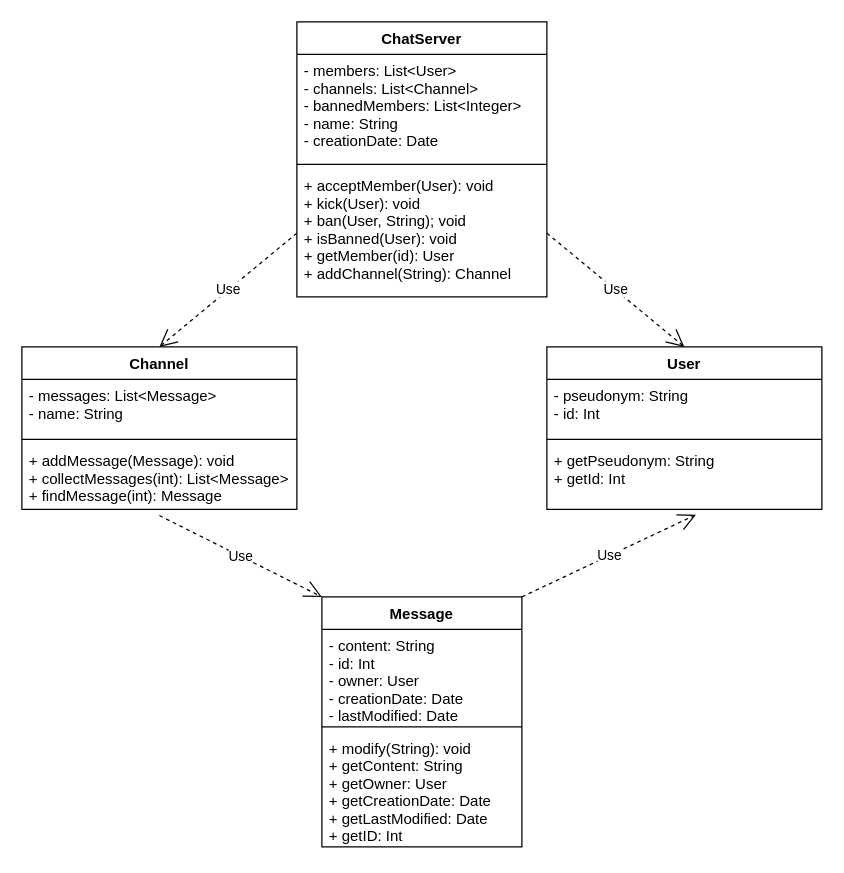
Before: Diagrams-Readme/Linkit README.drawio in Override-6/Linkit, a draw.io diagram. Source tidied: cells renumbered, new cells numbered last; positions are measured from the earlier drawing's top-left corner, leaving out a move shared by most shapes. Both pictures are drawn from the tidied source at 125%, with x=0, y=0 at pixel (21, 21).
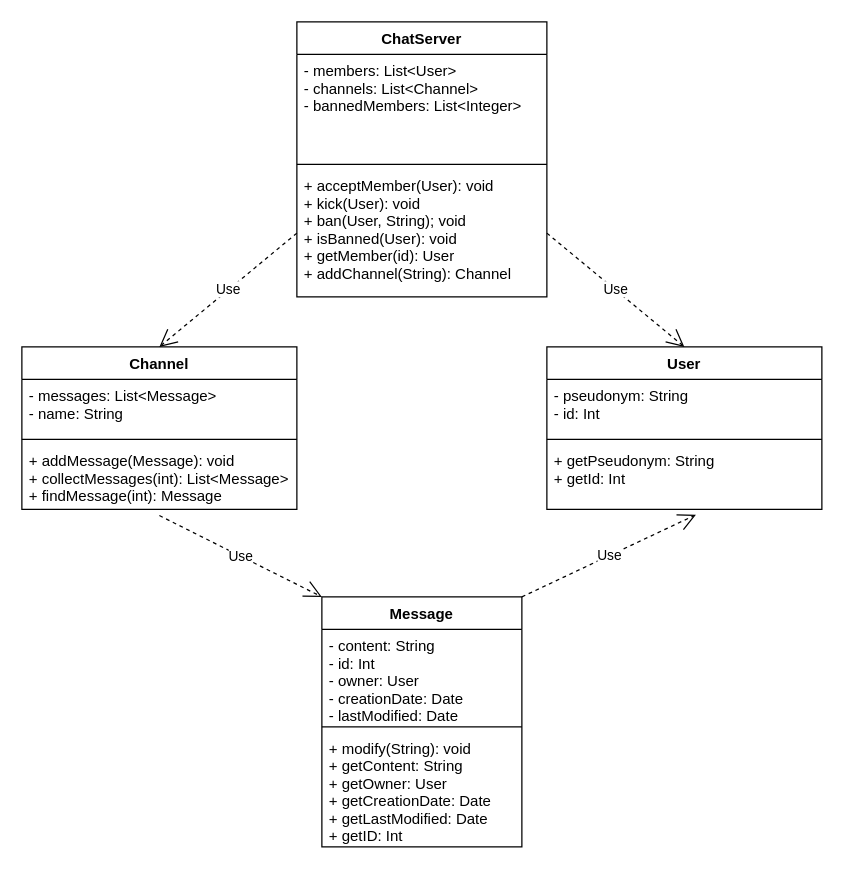
The same page after the edit.

Unchanged cells that the change refers to:
```xml
<mxCell id="11" value="ChatServer" style="swimlane;fontStyle=1;align=center;verticalAlign=top;horizontal=1;startSize=26;" parent="1" vertex="1">
  <mxGeometry x="220" width="200" height="220" as="geometry" />
</mxCell>
```

What changed in the source:
```diff
@@
-    <mxCell id="12" value="- members: List&lt;User&gt;&#10;- channels: List&lt;Channel&gt;&#10;- bannedMembers: List&lt;Integer&gt;&#10;- name: String&#10;- creationDate: Date&#10;" style="text;strokeColor=none;fillColor=none;align=left;verticalAlign=top;spacingLeft=4;spacingRight=4;overflow=hidden;" parent="11" vertex="1">
+    <mxCell id="12" value="- members: List&lt;User&gt;&#10;- channels: List&lt;Channel&gt;&#10;- bannedMembers: List&lt;Integer&gt;&#10;" style="text;strokeColor=none;fillColor=none;align=left;verticalAlign=top;spacingLeft=4;spacingRight=4;overflow=hidden;" parent="11" vertex="1">
       <mxGeometry y="26" width="200" height="84" as="geometry" />
     </mxCell>
```
